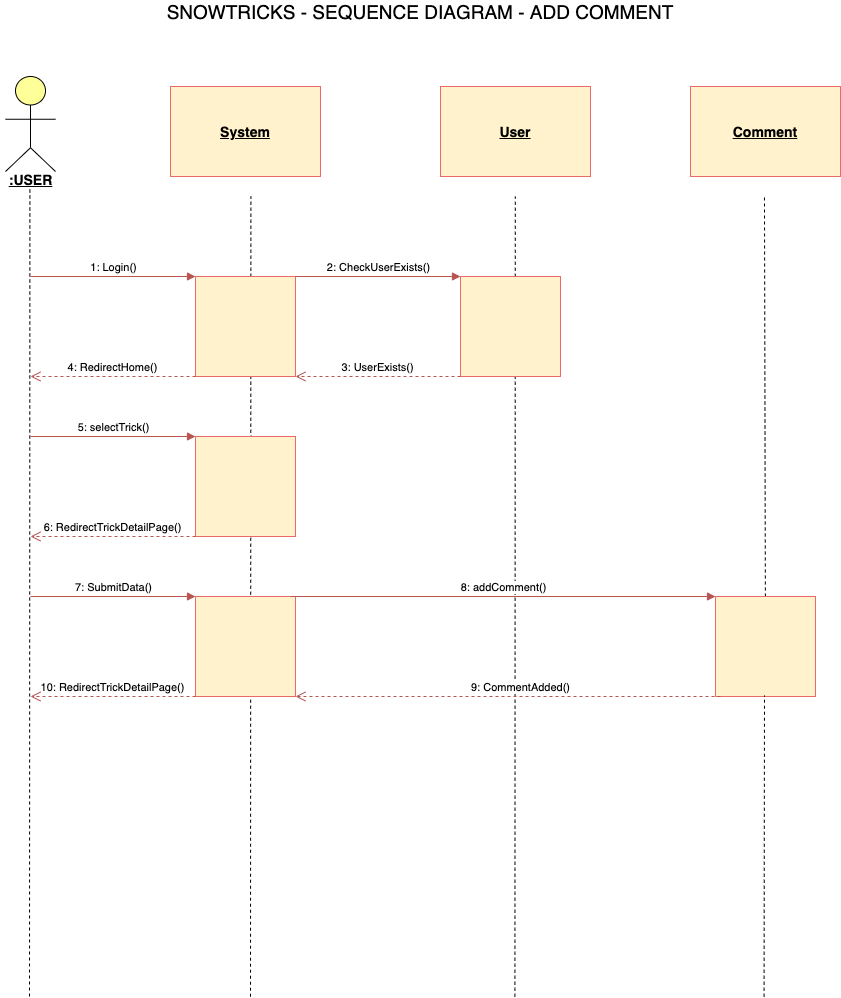
GeoffroyDutot/SnowTricks-OC-P6 keeps this draw.io diagram as public/uml-diagrams/P6_Sequence_Diagram_add_comment.png. Above is the earlier version. Source tidied: cells renumbered, new cells last; positions are measured from the earlier drawing's top-left corner, leaving out a move shared by most shapes.
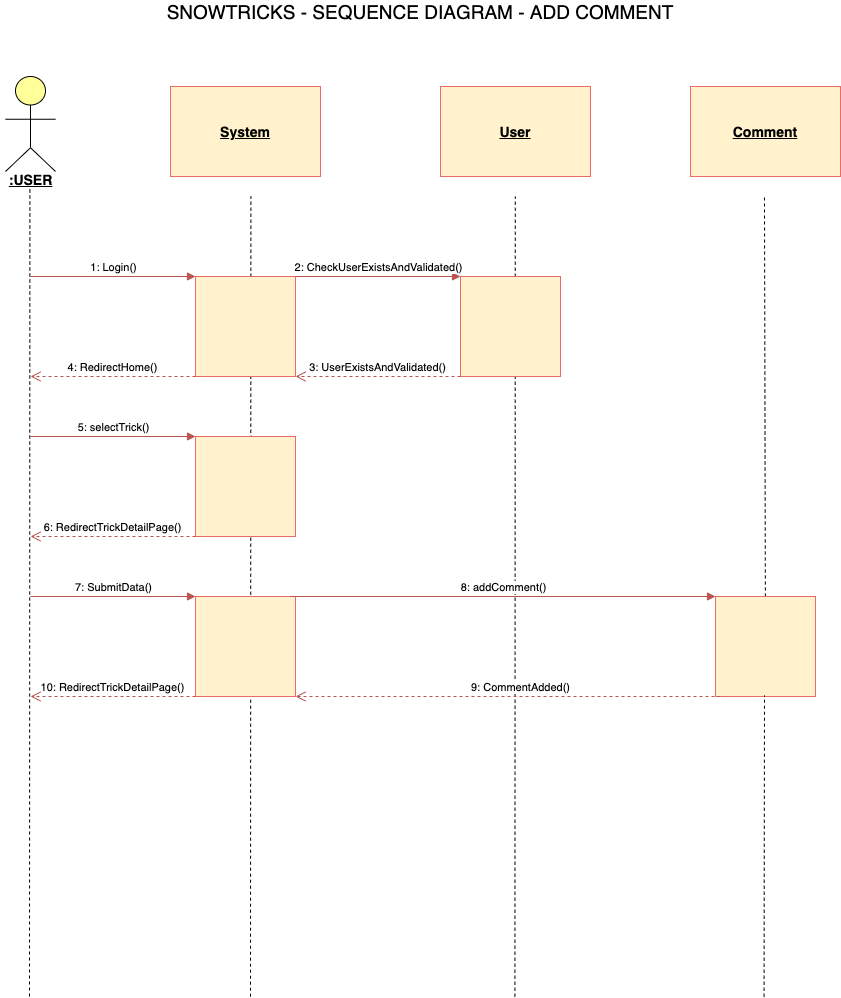
After the change.

What changed in the source:
```diff
@@ -53,10 +53,10 @@
     <mxCell id="14" style="rounded=0;whiteSpace=wrap;html=1;fillColor=#fff2cc;strokeColor=#EA6B66;" parent="1" vertex="1">
       <mxGeometry x="460" y="270" width="100" height="100" as="geometry" />
     </mxCell>
-    <mxCell id="15" value="2: CheckUserExists()" style="html=1;verticalAlign=bottom;endArrow=block;fillColor=#f8cecc;strokeColor=#b85450;exitX=1;exitY=0;exitDx=0;exitDy=0;entryX=0;entryY=0;entryDx=0;entryDy=0;" parent="1" edge="1" source="13" target="14">
+    <mxCell id="15" value="2: CheckUserExistsAndValidated()" style="html=1;verticalAlign=bottom;endArrow=block;fillColor=#f8cecc;strokeColor=#b85450;exitX=1;exitY=0;exitDx=0;exitDy=0;entryX=0;entryY=0;entryDx=0;entryDy=0;" parent="1" edge="1" source="13" target="14">
       <mxGeometry relative="1" as="geometry" />
     </mxCell>
-    <mxCell id="16" value="3: UserExists()" style="html=1;verticalAlign=bottom;endArrow=open;dashed=1;endSize=8;fillColor=#f8cecc;strokeColor=#b85450;exitX=0;exitY=1;exitDx=0;exitDy=0;entryX=1;entryY=1;entryDx=0;entryDy=0;" parent="1" edge="1" source="14" target="13">
+    <mxCell id="16" value="3: UserExistsAndValidated()" style="html=1;verticalAlign=bottom;endArrow=open;dashed=1;endSize=8;fillColor=#f8cecc;strokeColor=#b85450;exitX=0;exitY=1;exitDx=0;exitDy=0;entryX=1;entryY=1;entryDx=0;entryDy=0;" parent="1" edge="1" source="14" target="13">
       <mxGeometry relative="1" as="geometry" />
     </mxCell>
     <mxCell id="17" value="4: RedirectHome()" style="html=1;verticalAlign=bottom;endArrow=open;dashed=1;endSize=8;fillColor=#f8cecc;strokeColor=#b85450;exitX=0;exitY=1;exitDx=0;exitDy=0;" parent="1" edge="1" source="13">
```
